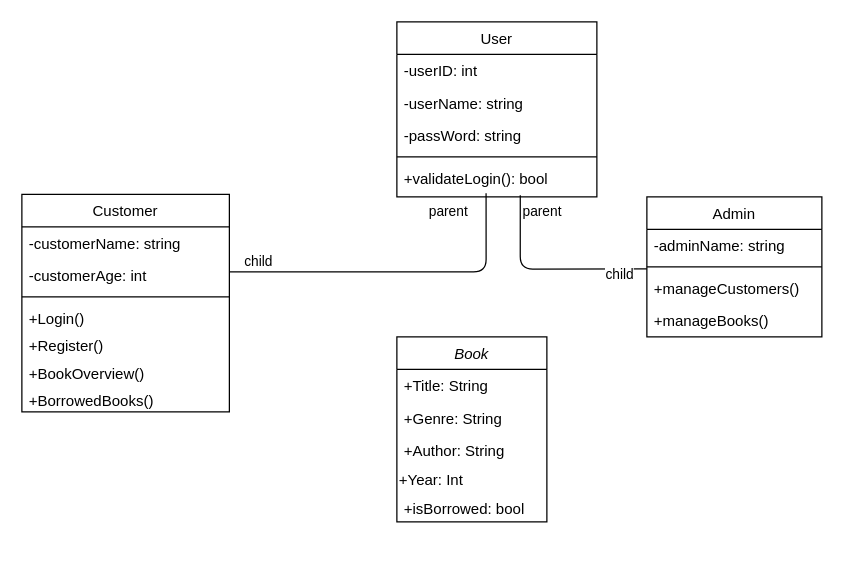
This is Untitled Diagram.drawio from Mim1c/The-Repository, a draw.io file, before an edit. Source tidied: cells renumbered, new cells numbered last; positions are measured from the earlier drawing's top-left corner, leaving out a move shared by most shapes. Both pictures are drawn from the tidied source at 125%, with x=0, y=0 at pixel (21, 21).
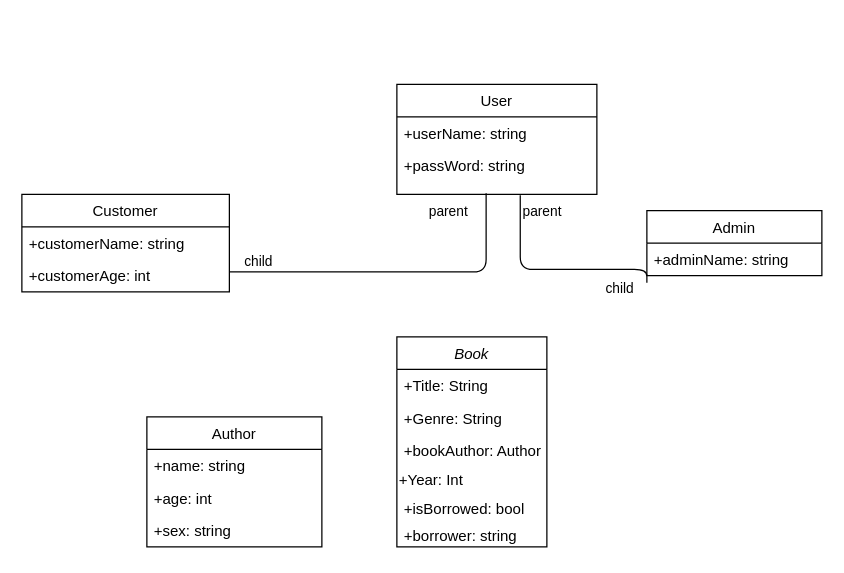
The same page after the edit.

What changed in the source:
```diff
@@
     <mxCell id="2" value="Book" style="swimlane;fontStyle=2;align=center;verticalAlign=top;horizontal=1;startSize=26;rounded=0;shadow=0;strokeWidth=1;" parent="1" vertex="1">
-      <mxGeometry x="300" y="252" width="120" height="148" as="geometry" />
+      <mxGeometry x="300" y="252" width="120" height="168" as="geometry" />
     </mxCell>
@@
-    <mxCell id="5" value="+Author: String" style="text;align=left;verticalAlign=top;spacingLeft=4;spacingRight=4;overflow=hidden;rounded=0;shadow=0;html=0;" parent="2" vertex="1">
+    <mxCell id="5" value="+bookAuthor: Author" style="text;align=left;verticalAlign=top;spacingLeft=4;spacingRight=4;overflow=hidden;rounded=0;shadow=0;html=0;" parent="2" vertex="1">
       <mxGeometry y="78" width="120" height="26" as="geometry" />
     </mxCell>
@@
+    <mxCell id="33" value="+borrower: string" style="text;strokeColor=none;fillColor=none;align=left;verticalAlign=top;spacingLeft=4;spacingRight=4;overflow=hidden;" parent="2" vertex="1">
+      <mxGeometry y="146" width="120" height="22" as="geometry" />
+    </mxCell>
     <mxCell id="8" value="User" style="swimlane;fontStyle=0;align=center;verticalAlign=top;horizontal=1;startSize=26;rounded=0;shadow=0;strokeWidth=1;" parent="1" vertex="1">
-      <mxGeometry x="300" width="160" height="140" as="geometry" />
+      <mxGeometry x="300" y="50" width="160" height="88" as="geometry" />
     </mxCell>
-    <mxCell id="9" value="-userID: int" style="text;align=left;verticalAlign=top;spacingLeft=4;spacingRight=4;overflow=hidden;" parent="8" vertex="1">
-      <mxGeometry y="26" width="160" height="26" as="geometry" />
-    </mxCell>
-    <mxCell id="10" value="-userName: string" style="text;align=left;verticalAlign=top;spacingLeft=4;spacingRight=4;overflow=hidden;rounded=0;shadow=0;html=0;" parent="8" vertex="1">
-      <mxGeometry y="52" width="160" height="26" as="geometry" />
+    <mxCell id="10" value="+userName: string" style="text;align=left;verticalAlign=top;spacingLeft=4;spacingRight=4;overflow=hidden;rounded=0;shadow=0;html=0;" parent="8" vertex="1">
+      <mxGeometry y="26" width="160" height="26" as="geometry" />
     </mxCell>
-    <mxCell id="11" value="-passWord: string" style="text;align=left;verticalAlign=top;spacingLeft=4;spacingRight=4;overflow=hidden;rounded=0;shadow=0;html=0;" parent="8" vertex="1">
-      <mxGeometry y="78" width="160" height="26" as="geometry" />
+    <mxCell id="11" value="+passWord: string" style="text;align=left;verticalAlign=top;spacingLeft=4;spacingRight=4;overflow=hidden;rounded=0;shadow=0;html=0;" parent="8" vertex="1">
+      <mxGeometry y="52" width="160" height="26" as="geometry" />
     </mxCell>
-    <mxCell id="12" style="line;html=1;strokeWidth=1;align=left;verticalAlign=middle;spacingTop=-1;spacingLeft=3;spacingRight=3;labelPosition=right;" parent="8" vertex="1">
-      <mxGeometry y="104" width="160" height="8" as="geometry" />
-    </mxCell>
-    <mxCell id="13" value="+validateLogin(): bool" style="text;align=left;verticalAlign=top;spacingLeft=4;spacingRight=4;overflow=hidden;points=[[0,0.5],[1,0.5]];portConstraint=eastwest;" parent="8" vertex="1">
-      <mxGeometry y="112" width="160" height="26" as="geometry" />
-    </mxCell>
     <mxCell id="14" value="Customer" style="swimlane;fontStyle=0;horizontal=1;startSize=26;fillColor=none;align=center;html=0;" parent="1" vertex="1">
-      <mxGeometry y="138" width="166" height="174" as="geometry" />
+      <mxGeometry y="138" width="166" height="78" as="geometry" />
     </mxCell>
-    <mxCell id="15" value="-customerName: string" style="text;strokeColor=none;fillColor=none;align=left;verticalAlign=top;spacingLeft=4;spacingRight=4;overflow=hidden;" parent="14" vertex="1">
+    <mxCell id="15" value="+customerName: string" style="text;strokeColor=none;fillColor=none;align=left;verticalAlign=top;spacingLeft=4;spacingRight=4;overflow=hidden;" parent="14" vertex="1">
       <mxGeometry y="26" width="166" height="26" as="geometry" />
     </mxCell>
-    <mxCell id="16" value="-customerAge: int" style="text;strokeColor=none;fillColor=none;align=left;verticalAlign=top;spacingLeft=4;spacingRight=4;overflow=hidden;" parent="14" vertex="1">
+    <mxCell id="16" value="+customerAge: int" style="text;strokeColor=none;fillColor=none;align=left;verticalAlign=top;spacingLeft=4;spacingRight=4;overflow=hidden;" parent="14" vertex="1">
       <mxGeometry y="52" width="166" height="26" as="geometry" />
     </mxCell>
-    <mxCell id="17" style="line;strokeWidth=1;fillColor=none;align=left;verticalAlign=middle;spacingTop=-1;spacingLeft=3;spacingRight=3;labelPosition=right;html=0;" parent="14" vertex="1">
-      <mxGeometry y="78" width="166" height="8" as="geometry" />
-    </mxCell>
-    <mxCell id="18" value="+Login()" style="text;strokeColor=none;fillColor=none;align=left;verticalAlign=top;spacingLeft=4;spacingRight=4;overflow=hidden;" parent="14" vertex="1">
-      <mxGeometry y="86" width="166" height="22" as="geometry" />
-    </mxCell>
-    <mxCell id="19" value="+Register()" style="text;strokeColor=none;fillColor=none;align=left;verticalAlign=top;spacingLeft=4;spacingRight=4;overflow=hidden;" parent="14" vertex="1">
-      <mxGeometry y="108" width="166" height="22" as="geometry" />
-    </mxCell>
-    <mxCell id="20" value="+BookOverview()" style="text;strokeColor=none;fillColor=none;align=left;verticalAlign=top;spacingLeft=4;spacingRight=4;overflow=hidden;" parent="14" vertex="1">
-      <mxGeometry y="130" width="166" height="22" as="geometry" />
-    </mxCell>
-    <mxCell id="21" value="+BorrowedBooks()" style="text;strokeColor=none;fillColor=none;align=left;verticalAlign=top;spacingLeft=4;spacingRight=4;overflow=hidden;" parent="14" vertex="1">
-      <mxGeometry y="152" width="166" height="22" as="geometry" />
-    </mxCell>
-    <mxCell id="22" style="endArrow=none;html=1;edgeStyle=orthogonalEdgeStyle;exitX=0.446;exitY=0.962;exitDx=0;exitDy=0;exitPerimeter=0;" parent="1" edge="1" source="13" target="14">
+    <mxCell id="22" style="endArrow=none;html=1;edgeStyle=orthogonalEdgeStyle;exitX=0.446;exitY=0.962;exitDx=0;exitDy=0;exitPerimeter=0;" parent="1" edge="1" target="14">
       <mxGeometry relative="1" as="geometry">
+        <mxPoint x="371.4" y="137" as="sourcePoint" />
         <Array as="points">
           <mxPoint x="371" y="200" />
         </Array>
       </mxGeometry>
     </mxCell>
@@
     <mxCell id="25" value="Admin" style="swimlane;fontStyle=0;horizontal=1;startSize=26;fillColor=none;align=center;html=0;" parent="1" vertex="1">
-      <mxGeometry x="500" y="140" width="140" height="112" as="geometry" />
+      <mxGeometry x="500" y="151" width="140" height="52" as="geometry" />
     </mxCell>
-    <mxCell id="26" value="-adminName: string" style="text;strokeColor=none;fillColor=none;align=left;verticalAlign=top;spacingLeft=4;spacingRight=4;overflow=hidden;points=[[0,0.5],[1,0.5]];portConstraint=eastwest;" parent="25" vertex="1">
+    <mxCell id="26" value="+adminName: string" style="text;strokeColor=none;fillColor=none;align=left;verticalAlign=top;spacingLeft=4;spacingRight=4;overflow=hidden;points=[[0,0.5],[1,0.5]];portConstraint=eastwest;" parent="25" vertex="1">
       <mxGeometry y="26" width="140" height="26" as="geometry" />
     </mxCell>
-    <mxCell id="27" style="line;strokeWidth=1;fillColor=none;align=left;verticalAlign=middle;spacingTop=-1;spacingLeft=3;spacingRight=3;labelPosition=right;html=0;" parent="25" vertex="1">
-      <mxGeometry y="52" width="140" height="8" as="geometry" />
-    </mxCell>
-    <mxCell id="28" value="+manageCustomers()" style="text;strokeColor=none;fillColor=none;align=left;verticalAlign=top;spacingLeft=4;spacingRight=4;overflow=hidden;" parent="25" vertex="1">
-      <mxGeometry y="60" width="140" height="26" as="geometry" />
-    </mxCell>
-    <mxCell id="29" value="+manageBooks()" style="text;strokeColor=none;fillColor=none;align=left;verticalAlign=top;spacingLeft=4;spacingRight=4;overflow=hidden;" parent="25" vertex="1">
-      <mxGeometry y="86" width="140" height="26" as="geometry" />
-    </mxCell>
-    <mxCell id="30" style="endArrow=none;html=1;edgeStyle=orthogonalEdgeStyle;exitX=0.617;exitY=1.026;exitDx=0;exitDy=0;exitPerimeter=0;entryX=0;entryY=1.218;entryDx=0;entryDy=0;entryPerimeter=0;" parent="1" edge="1" source="13" target="26">
+    <mxCell id="30" style="endArrow=none;html=1;edgeStyle=orthogonalEdgeStyle;exitX=0.617;exitY=1.026;exitDx=0;exitDy=0;exitPerimeter=0;entryX=0;entryY=1.218;entryDx=0;entryDy=0;entryPerimeter=0;" parent="1" edge="1" target="26">
       <mxGeometry relative="1" as="geometry">
+        <mxPoint x="398.7" y="138.7" as="sourcePoint" />
         <Array as="points">
           <mxPoint x="399" y="198" />
         </Array>
       </mxGeometry>
     </mxCell>
@@
+    <mxCell id="34" value="Author" style="swimlane;fontStyle=0;horizontal=1;startSize=26;fillColor=none;" parent="1" vertex="1">
+      <mxGeometry x="100" y="316" width="140" height="104" as="geometry" />
+    </mxCell>
+    <mxCell id="35" value="+name: string" style="text;strokeColor=none;fillColor=none;align=left;verticalAlign=top;spacingLeft=4;spacingRight=4;overflow=hidden;" parent="34" vertex="1">
+      <mxGeometry y="26" width="140" height="26" as="geometry" />
+    </mxCell>
+    <mxCell id="36" value="+age: int" style="text;strokeColor=none;fillColor=none;align=left;verticalAlign=top;spacingLeft=4;spacingRight=4;overflow=hidden;" parent="34" vertex="1">
+      <mxGeometry y="52" width="140" height="26" as="geometry" />
+    </mxCell>
+    <mxCell id="37" value="+sex: string" style="text;strokeColor=none;fillColor=none;align=left;verticalAlign=top;spacingLeft=4;spacingRight=4;overflow=hidden;" parent="34" vertex="1">
+      <mxGeometry y="78" width="140" height="26" as="geometry" />
+    </mxCell>
```
